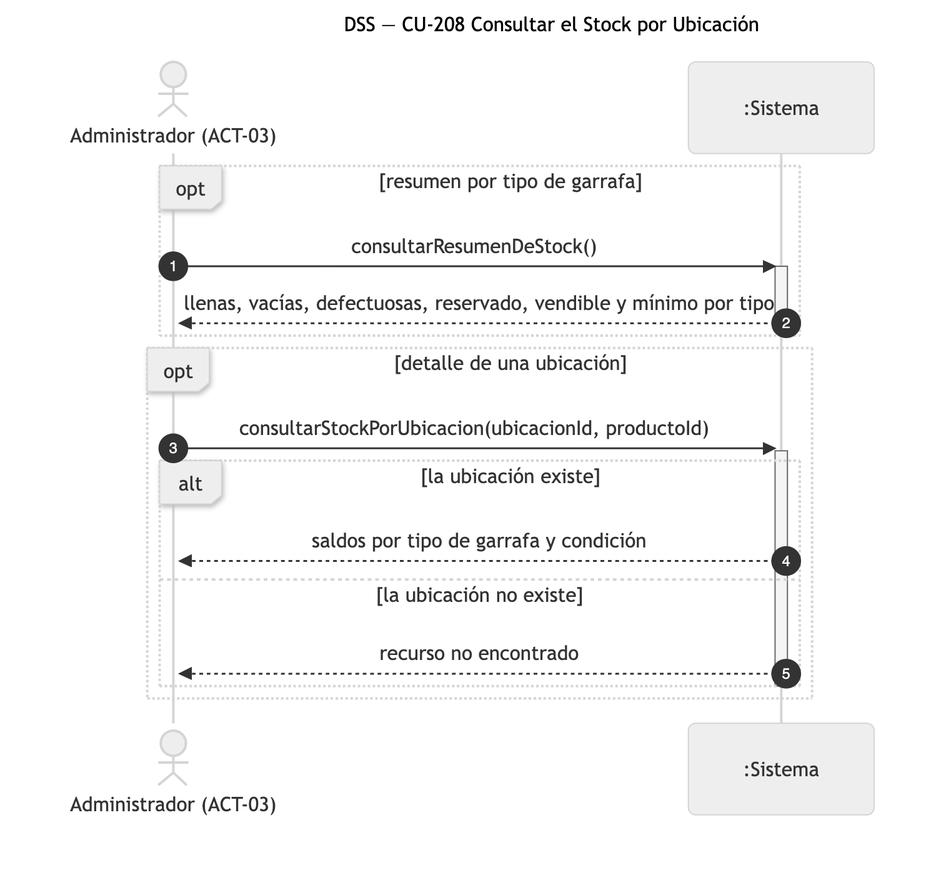
Before: diagramas/png/DSS_CU-208_Consultar-el-Stock-por-Ubicacion.png, a diagram exported from Mermaid (Nahuelito-Dev/splg-docs). Its source is kept beside it as diagramas/DSS_CU-208_Consultar-el-Stock-por-Ubicacion.mmd.
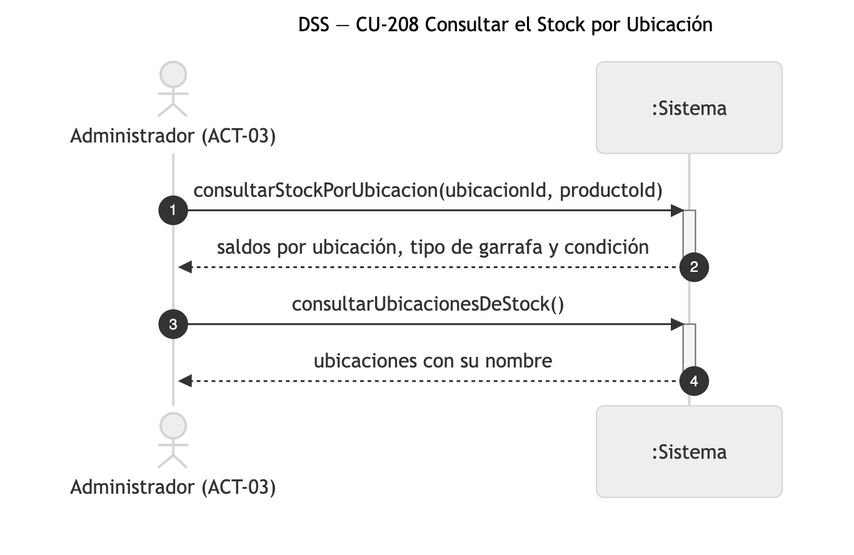
Above is the later version.

Diff of the diagram source:
```diff
@@ -4,20 +4,12 @@
     actor ADM as Administrador (ACT-03)
     participant SIS as :Sistema
 
-    opt resumen por tipo de garrafa
-        ADM->>SIS: consultarResumenDeStock()
-        activate SIS
-        SIS-->>ADM: llenas, vacías, defectuosas, reservado, vendible y mínimo por tipo
-        deactivate SIS
-    end
+    ADM->>SIS: consultarStockPorUbicacion(ubicacionId, productoId)
+    activate SIS
+    SIS-->>ADM: saldos por ubicación, tipo de garrafa y condición
+    deactivate SIS
 
-    opt detalle de una ubicación
-        ADM->>SIS: consultarStockPorUbicacion(ubicacionId, productoId)
-        activate SIS
-        alt la ubicación existe
-            SIS-->>ADM: saldos por tipo de garrafa y condición
-        else la ubicación no existe
-            SIS-->>ADM: recurso no encontrado
-        end
-        deactivate SIS
-    end
+    ADM->>SIS: consultarUbicacionesDeStock()
+    activate SIS
+    SIS-->>ADM: ubicaciones con su nombre
+    deactivate SIS
```
